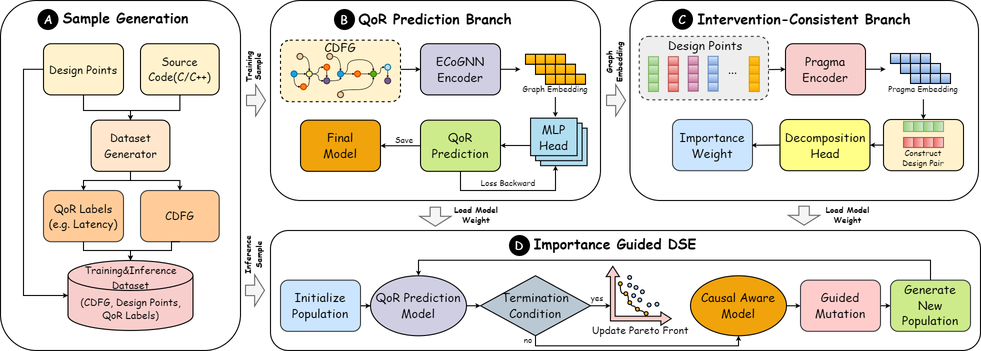
This is framework.png from w1876782616/ICQP-IGDSE, a draw.io export, as it was before one commit. Source tidied: cells renumbered, new cells last; positions are measured from the earlier drawing's top-left corner, leaving out a move shared by most shapes.
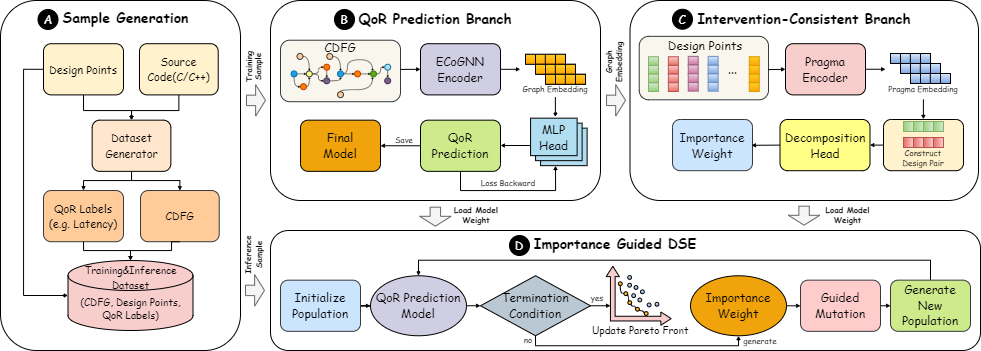
Above is the later version.

Change to the diagram source:
```diff
@@ -8,7 +8,7 @@
     <mxCell id="3" style="group;" parent="1" vertex="1">
       <mxGeometry x="280" y="36.4" width="120" height="64.8" as="geometry" />
     </mxCell>
-    <mxCell id="4" style="rounded=1;whiteSpace=wrap;html=1;dashed=1;fillColor=#fff2cc;strokeColor=default;" parent="3" vertex="1">
+    <mxCell id="4" style="rounded=1;whiteSpace=wrap;html=1;fillColor=#f9f7ed;strokeColor=#36393d;" parent="3" vertex="1">
       <mxGeometry y="3.3" width="120" height="61.5" as="geometry" />
     </mxCell>
     <mxCell id="5" style="edgeStyle=orthogonalEdgeStyle;rounded=0;jettySize=auto;html=1;exitX=0.5;exitY=1;exitDx=0;exitDy=0;entryX=0;entryY=0.5;entryDx=0;entryDy=0;strokeWidth=0.5;endSize=1;curved=1;" parent="3" edge="1" source="6" target="21">
@@ -282,7 +282,7 @@
     <mxCell id="67" style="group;" parent="66" vertex="1">
       <mxGeometry width="149.7" height="46" as="geometry" />
     </mxCell>
-    <mxCell id="68" style="rounded=1;whiteSpace=wrap;html=1;dashed=1;fillColor=#eeeeee;strokeColor=#36393d;" parent="67" vertex="1">
+    <mxCell id="68" style="rounded=1;whiteSpace=wrap;html=1;fillColor=#f9f7ed;strokeColor=#36393d;" parent="67" vertex="1">
       <mxGeometry x="-9.3" y="-20" width="129.3" height="63.5" as="geometry" />
     </mxCell>
     <mxCell id="69" style="group;" parent="67" vertex="1">
@@ -605,7 +605,7 @@
     <mxCell id="158" style="edgeStyle=orthogonalEdgeStyle;rounded=0;jettySize=auto;html=1;exitX=1;exitY=0.5;exitDx=0;exitDy=0;endSize=2;entryX=0;entryY=0.5;entryDx=0;entryDy=0;" parent="148" edge="1" source="159" target="153">
       <mxGeometry relative="1" as="geometry" />
     </mxCell>
-    <mxCell id="159" value="&lt;span style=&quot;font-family: &amp;quot;Comic Sans MS&amp;quot;;&quot;&gt;Causal Aware Model&lt;/span&gt;" style="ellipse;whiteSpace=wrap;html=1;strokeWidth=1;fillWeight=2;hachureGap=8;fillColor=#f0a30a;fillStyle=solid;fontColor=#000000;strokeColor=default;" parent="148" vertex="1">
+    <mxCell id="159" value="&lt;font face=&quot;Comic Sans MS&quot;&gt;Importance Weight&lt;/font&gt;" style="ellipse;whiteSpace=wrap;html=1;strokeWidth=1;fillWeight=2;hachureGap=8;fillColor=#f0a30a;fillStyle=solid;fontColor=#000000;strokeColor=default;" parent="148" vertex="1">
       <mxGeometry x="420" y="46.3" width="96" height="60" as="geometry" />
     </mxCell>
     <mxCell id="160" style="group;" parent="148" vertex="1">
@@ -712,98 +712,101 @@
     <mxCell id="188" value="&lt;font style=&quot;color: rgb(255, 255, 255);&quot; face=&quot;Comic Sans MS&quot;&gt;D&lt;/font&gt;" style="ellipse;whiteSpace=wrap;html=1;fillColor=#000000;" parent="148" vertex="1">
       <mxGeometry x="239" y="6" width="20" height="20" as="geometry" />
     </mxCell>
-    <mxCell id="189" style="rounded=1;whiteSpace=wrap;html=1;" parent="1" vertex="1">
-      <mxGeometry width="240" height="350" as="geometry" />
+    <mxCell id="189" value="&lt;font face=&quot;Comic Sans MS&quot;&gt;&lt;span style=&quot;font-size: 8px;&quot;&gt;generate&lt;/span&gt;&lt;/font&gt;" style="text;html=1;align=center;verticalAlign=middle;whiteSpace=wrap;rounded=0;" parent="148" vertex="1">
+      <mxGeometry x="476" y="105.2" width="28" height="10" as="geometry" />
     </mxCell>
-    <mxCell id="190" style="edgeStyle=orthogonalEdgeStyle;rounded=0;jettySize=auto;html=1;exitX=0.5;exitY=1;exitDx=0;exitDy=0;entryX=0.5;entryY=0;entryDx=0;entryDy=0;endSize=2;" parent="1" edge="1" source="191" target="196">
-      <mxGeometry relative="1" as="geometry">
-        <Array as="points">
-          <mxPoint x="179" y="110" />
-          <mxPoint x="130" y="110" />
-        </Array>
-      </mxGeometry>
+    <mxCell id="190" style="rounded=1;whiteSpace=wrap;html=1;" parent="1" vertex="1">
+      <mxGeometry width="240" height="350" as="geometry" />
     </mxCell>
-    <mxCell id="191" value="&lt;font face=&quot;Comic Sans MS&quot; style=&quot;font-size: 11px;&quot;&gt;Source&lt;/font&gt;&lt;div&gt;&lt;font face=&quot;Comic Sans MS&quot; style=&quot;font-size: 11px;&quot;&gt;Code(C/C++)&lt;/font&gt;&lt;/div&gt;" style="rounded=1;whiteSpace=wrap;html=1;fillColor=#fff2cc;strokeColor=default;" parent="1" vertex="1">
-      <mxGeometry x="140" y="43.2" width="78.7" height="51.2" as="geometry" />
+    <mxCell id="191" style="edgeStyle=orthogonalEdgeStyle;rounded=0;jettySize=auto;html=1;exitX=0.5;exitY=1;exitDx=0;exitDy=0;entryX=0.5;entryY=0;entryDx=0;entryDy=0;endSize=2;startSize=2;" parent="1" edge="1" source="192" target="197">
+      <mxGeometry relative="1" as="geometry">
+        <Array as="points">
+          <mxPoint x="178" y="110" />
+          <mxPoint x="131" y="110" />
+        </Array>
+      </mxGeometry>
     </mxCell>
-    <mxCell id="192" style="edgeStyle=orthogonalEdgeStyle;rounded=0;jettySize=auto;html=1;exitX=0.5;exitY=1;exitDx=0;exitDy=0;entryX=0.5;entryY=0;entryDx=0;entryDy=0;endSize=2;" parent="1" edge="1" source="193" target="196">
-      <mxGeometry relative="1" as="geometry">
-        <Array as="points">
-          <mxPoint x="83" y="110" />
-          <mxPoint x="130" y="110" />
-        </Array>
-      </mxGeometry>
+    <mxCell id="192" value="&lt;font face=&quot;Comic Sans MS&quot; style=&quot;font-size: 11px;&quot;&gt;Source&lt;/font&gt;&lt;div&gt;&lt;font face=&quot;Comic Sans MS&quot; style=&quot;font-size: 11px;&quot;&gt;Code(C/C++)&lt;/font&gt;&lt;/div&gt;" style="rounded=1;whiteSpace=wrap;html=1;fillColor=#fff2cc;strokeColor=default;" parent="1" vertex="1">
+      <mxGeometry x="139" y="43.2" width="78.7" height="51.2" as="geometry" />
     </mxCell>
-    <mxCell id="193" value="&lt;font face=&quot;Comic Sans MS&quot;&gt;&lt;span style=&quot;font-size: 11px;&quot;&gt;Design Points&lt;/span&gt;&lt;/font&gt;" style="rounded=1;whiteSpace=wrap;html=1;fillColor=#fff2cc;strokeColor=default;" parent="1" vertex="1">
-      <mxGeometry x="43" y="43.2" width="80" height="51.2" as="geometry" />
+    <mxCell id="193" style="edgeStyle=orthogonalEdgeStyle;rounded=0;jettySize=auto;html=1;exitX=0.5;exitY=1;exitDx=0;exitDy=0;entryX=0.5;entryY=0;entryDx=0;entryDy=0;endSize=2;" parent="1" edge="1" source="194" target="197">
+      <mxGeometry relative="1" as="geometry">
+        <Array as="points">
+          <mxPoint x="83" y="110" />
+          <mxPoint x="131" y="110" />
+        </Array>
+      </mxGeometry>
     </mxCell>
-    <mxCell id="194" style="edgeStyle=orthogonalEdgeStyle;rounded=0;jettySize=auto;html=1;exitX=0.5;exitY=1;exitDx=0;exitDy=0;entryX=0.5;entryY=0;entryDx=0;entryDy=0;endSize=2;" parent="1" edge="1" source="196" target="197">
-      <mxGeometry relative="1" as="geometry">
-        <Array as="points">
-          <mxPoint x="130" y="180" />
-          <mxPoint x="83" y="180" />
-        </Array>
-      </mxGeometry>
+    <mxCell id="194" value="&lt;font face=&quot;Comic Sans MS&quot;&gt;&lt;span style=&quot;font-size: 11px;&quot;&gt;Design Points&lt;/span&gt;&lt;/font&gt;" style="rounded=1;whiteSpace=wrap;html=1;fillColor=#fff2cc;strokeColor=default;" parent="1" vertex="1">
+      <mxGeometry x="43" y="43.2" width="80" height="51.2" as="geometry" />
     </mxCell>
-    <mxCell id="195" style="edgeStyle=orthogonalEdgeStyle;rounded=0;jettySize=auto;html=1;exitX=0.5;exitY=1;exitDx=0;exitDy=0;entryX=0.5;entryY=0;entryDx=0;entryDy=0;endSize=2;" parent="1" edge="1" source="196" target="198">
+    <mxCell id="195" style="edgeStyle=orthogonalEdgeStyle;rounded=0;jettySize=auto;html=1;exitX=0.5;exitY=1;exitDx=0;exitDy=0;entryX=0.5;entryY=0;entryDx=0;entryDy=0;endSize=2;" parent="1" edge="1" source="197" target="198">
       <mxGeometry relative="1" as="geometry">
         <Array as="points">
-          <mxPoint x="130" y="180" />
-          <mxPoint x="179" y="180" />
+          <mxPoint x="131" y="180" />
+          <mxPoint x="83" y="180" />
         </Array>
       </mxGeometry>
     </mxCell>
-    <mxCell id="196" value="&lt;font face=&quot;Comic Sans MS&quot;&gt;&lt;span style=&quot;font-size: 11px;&quot;&gt;Dataset Generator&lt;/span&gt;&lt;/font&gt;" style="rounded=1;whiteSpace=wrap;html=1;fillColor=#ffe6cc;strokeColor=default;" parent="1" vertex="1">
-      <mxGeometry x="90.6" y="119.7" width="78.7" height="51.2" as="geometry" />
+    <mxCell id="196" style="edgeStyle=orthogonalEdgeStyle;rounded=0;jettySize=auto;html=1;exitX=0.5;exitY=1;exitDx=0;exitDy=0;entryX=0.5;entryY=0;entryDx=0;entryDy=0;endSize=2;" parent="1" edge="1" source="197" target="199">
+      <mxGeometry relative="1" as="geometry">
+        <Array as="points">
+          <mxPoint x="131" y="180" />
+          <mxPoint x="179" y="180" />
+        </Array>
+      </mxGeometry>
     </mxCell>
-    <mxCell id="197" value="&lt;font face=&quot;Comic Sans MS&quot; style=&quot;font-size: 11px;&quot;&gt;QoR Labels&lt;/font&gt;&lt;div&gt;&lt;font face=&quot;Comic Sans MS&quot; style=&quot;font-size: 11px;&quot;&gt;(e.g. Latency)&lt;/font&gt;&lt;/div&gt;" style="rounded=1;whiteSpace=wrap;html=1;fillColor=#ffcc99;strokeColor=#36393d;" parent="1" vertex="1">
-      <mxGeometry x="43" y="190" width="80" height="51.2" as="geometry" />
+    <mxCell id="197" value="&lt;font face=&quot;Comic Sans MS&quot;&gt;&lt;span style=&quot;font-size: 11px;&quot;&gt;Dataset Generator&lt;/span&gt;&lt;/font&gt;" style="rounded=1;whiteSpace=wrap;html=1;fillColor=#ffe6cc;strokeColor=default;" parent="1" vertex="1">
+      <mxGeometry x="91.6" y="119.7" width="78.7" height="51.2" as="geometry" />
     </mxCell>
-    <mxCell id="198" value="&lt;font face=&quot;Comic Sans MS&quot; style=&quot;font-size: 11px;&quot;&gt;CDFG&lt;/font&gt;" style="rounded=1;whiteSpace=wrap;html=1;fillColor=#ffcc99;strokeColor=#36393d;" parent="1" vertex="1">
-      <mxGeometry x="140" y="190" width="78.7" height="51.2" as="geometry" />
+    <mxCell id="198" value="&lt;font face=&quot;Comic Sans MS&quot; style=&quot;font-size: 11px;&quot;&gt;QoR Labels&lt;/font&gt;&lt;div&gt;&lt;font face=&quot;Comic Sans MS&quot; style=&quot;font-size: 11px;&quot;&gt;(e.g. Latency)&lt;/font&gt;&lt;/div&gt;" style="rounded=1;whiteSpace=wrap;html=1;fillColor=#ffcc99;strokeColor=#36393d;" parent="1" vertex="1">
+      <mxGeometry x="43" y="190" width="80" height="51.2" as="geometry" />
     </mxCell>
-    <mxCell id="199" style="group;" parent="1" vertex="1">
-      <mxGeometry x="67.5" y="260" width="125" height="70" as="geometry" />
+    <mxCell id="199" value="&lt;font face=&quot;Comic Sans MS&quot; style=&quot;font-size: 11px;&quot;&gt;CDFG&lt;/font&gt;" style="rounded=1;whiteSpace=wrap;html=1;fillColor=#ffcc99;strokeColor=#36393d;" parent="1" vertex="1">
+      <mxGeometry x="140" y="190" width="78.7" height="51.2" as="geometry" />
     </mxCell>
-    <mxCell id="200" value="&lt;font face=&quot;Comic Sans MS&quot;&gt;(CDFG, Design Points,&lt;/font&gt;&lt;div&gt;&lt;font face=&quot;Comic Sans MS&quot;&gt;QoR Labels)&lt;/font&gt;&lt;/div&gt;" style="shape=cylinder3;whiteSpace=wrap;html=1;boundedLbl=1;backgroundOutline=1;size=15;fontSize=10;fillColor=#f8cecc;strokeColor=light-dark(#000000, #d7817e);" parent="199" vertex="1">
-      <mxGeometry width="125" height="70" as="geometry" />
+    <mxCell id="200" style="group;" parent="1" vertex="1">
+      <mxGeometry x="67.5" y="260" width="125" height="70" as="geometry" />
     </mxCell>
-    <mxCell id="201" value="&lt;font face=&quot;Comic Sans MS&quot; style=&quot;font-size: 10px;&quot;&gt;Training&amp;amp;Inference&lt;/font&gt;&lt;div&gt;&lt;font face=&quot;Comic Sans MS&quot; style=&quot;font-size: 10px;&quot;&gt;Dataset&lt;/font&gt;&lt;/div&gt;" style="text;html=1;whiteSpace=wrap;strokeColor=none;fillColor=none;align=center;verticalAlign=middle;rounded=0;" parent="199" vertex="1">
-      <mxGeometry x="5" y="2.2" width="115" height="30" as="geometry" />
+    <mxCell id="201" value="&lt;font face=&quot;Comic Sans MS&quot;&gt;(CDFG, Design Points,&lt;/font&gt;&lt;div&gt;&lt;font face=&quot;Comic Sans MS&quot;&gt;QoR Labels)&lt;/font&gt;&lt;/div&gt;" style="shape=cylinder3;whiteSpace=wrap;html=1;boundedLbl=1;backgroundOutline=1;size=15;fontSize=10;fillColor=#f8cecc;strokeColor=light-dark(#000000, #d7817e);" parent="200" vertex="1">
+      <mxGeometry width="125" height="70" as="geometry" />
     </mxCell>
-    <mxCell id="202" style="edgeStyle=orthogonalEdgeStyle;rounded=0;jettySize=auto;html=1;exitX=0;exitY=0.5;exitDx=0;exitDy=0;entryX=0;entryY=0.5;entryDx=0;entryDy=0;entryPerimeter=0;endSize=2;" parent="1" edge="1" source="193" target="200">
-      <mxGeometry relative="1" as="geometry" />
+    <mxCell id="202" value="&lt;font face=&quot;Comic Sans MS&quot; style=&quot;font-size: 10px;&quot;&gt;Training&amp;amp;Inference&lt;/font&gt;&lt;div&gt;&lt;font face=&quot;Comic Sans MS&quot; style=&quot;font-size: 10px;&quot;&gt;Dataset&lt;/font&gt;&lt;/div&gt;" style="text;html=1;whiteSpace=wrap;strokeColor=none;fillColor=none;align=center;verticalAlign=middle;rounded=0;" parent="200" vertex="1">
+      <mxGeometry x="5" y="2.2" width="115" height="30" as="geometry" />
     </mxCell>
-    <mxCell id="203" style="edgeStyle=orthogonalEdgeStyle;rounded=0;jettySize=auto;html=1;exitX=0.5;exitY=1;exitDx=0;exitDy=0;entryX=0.5;entryY=0;entryDx=0;entryDy=0;entryPerimeter=0;endSize=2;" parent="1" edge="1" source="197" target="200">
-      <mxGeometry relative="1" as="geometry">
-        <Array as="points">
-          <mxPoint x="83" y="250" />
-          <mxPoint x="130" y="250" />
-        </Array>
-      </mxGeometry>
+    <mxCell id="203" style="edgeStyle=orthogonalEdgeStyle;rounded=0;jettySize=auto;html=1;exitX=0;exitY=0.5;exitDx=0;exitDy=0;entryX=0;entryY=0.5;entryDx=0;entryDy=0;entryPerimeter=0;endSize=2;" parent="1" edge="1" source="194" target="201">
+      <mxGeometry relative="1" as="geometry" />
     </mxCell>
-    <mxCell id="204" style="edgeStyle=orthogonalEdgeStyle;rounded=0;jettySize=auto;html=1;exitX=0.5;exitY=1;exitDx=0;exitDy=0;entryX=0.5;entryY=0;entryDx=0;entryDy=0;entryPerimeter=0;endSize=2;" parent="1" edge="1" source="198" target="200">
+    <mxCell id="204" style="edgeStyle=orthogonalEdgeStyle;rounded=0;jettySize=auto;html=1;exitX=0.5;exitY=1;exitDx=0;exitDy=0;entryX=0.5;entryY=0;entryDx=0;entryDy=0;entryPerimeter=0;endSize=2;" parent="1" edge="1" source="198" target="201">
       <mxGeometry relative="1" as="geometry">
         <Array as="points">
-          <mxPoint x="171" y="250" />
+          <mxPoint x="83" y="250" />
           <mxPoint x="130" y="250" />
         </Array>
       </mxGeometry>
     </mxCell>
-    <mxCell id="205" value="&lt;font face=&quot;Comic Sans MS&quot; style=&quot;font-size: 14px;&quot;&gt;&lt;b&gt;Sample Generation&lt;/b&gt;&lt;/font&gt;" style="text;html=1;whiteSpace=wrap;strokeColor=none;fillColor=none;align=center;verticalAlign=middle;rounded=0;" parent="1" vertex="1">
-      <mxGeometry x="57.5" y="3" width="135" height="30" as="geometry" />
+    <mxCell id="205" style="edgeStyle=orthogonalEdgeStyle;rounded=0;jettySize=auto;html=1;exitX=0.5;exitY=1;exitDx=0;exitDy=0;entryX=0.5;entryY=0;entryDx=0;entryDy=0;entryPerimeter=0;endSize=2;" parent="1" edge="1" source="199" target="201">
+      <mxGeometry relative="1" as="geometry">
+        <Array as="points">
+          <mxPoint x="171" y="250" />
+          <mxPoint x="130" y="250" />
+        </Array>
+      </mxGeometry>
     </mxCell>
-    <mxCell id="206" value="&lt;font style=&quot;color: rgb(255, 255, 255);&quot; face=&quot;Comic Sans MS&quot;&gt;A&lt;/font&gt;" style="ellipse;whiteSpace=wrap;html=1;fillColor=#000000;" parent="1" vertex="1">
-      <mxGeometry x="37.5" y="9" width="20" height="20" as="geometry" />
+    <mxCell id="206" value="&lt;font face=&quot;Comic Sans MS&quot; style=&quot;font-size: 14px;&quot;&gt;&lt;b&gt;Sample Generation&lt;/b&gt;&lt;/font&gt;" style="text;html=1;whiteSpace=wrap;strokeColor=none;fillColor=none;align=center;verticalAlign=middle;rounded=0;" parent="1" vertex="1">
+      <mxGeometry x="57.5" y="3" width="135" height="30" as="geometry" />
     </mxCell>
-    <mxCell id="207" value="&lt;font style=&quot;color: rgb(255, 255, 255);&quot; face=&quot;Comic Sans MS&quot;&gt;B&lt;/font&gt;" style="ellipse;whiteSpace=wrap;html=1;fillColor=#000000;" parent="1" vertex="1">
-      <mxGeometry x="334" y="9" width="20" height="20" as="geometry" />
+    <mxCell id="207" value="&lt;font style=&quot;color: rgb(255, 255, 255);&quot; face=&quot;Comic Sans MS&quot;&gt;A&lt;/font&gt;" style="ellipse;whiteSpace=wrap;html=1;fillColor=#000000;" parent="1" vertex="1">
+      <mxGeometry x="37.5" y="9" width="20" height="20" as="geometry" />
     </mxCell>
-    <mxCell id="208" style="endArrow=classic;html=1;rounded=0;endSize=2;entryX=0;entryY=0.5;entryDx=0;entryDy=0;exitX=1.001;exitY=0.475;exitDx=0;exitDy=0;exitPerimeter=0;" parent="1" edge="1">
-      <mxGeometry relative="1" as="geometry">
-        <mxPoint x="499.8" y="68.8" as="sourcePoint" />
-        <mxPoint x="519.8" y="68.8" as="targetPoint" />
-      </mxGeometry>
+    <mxCell id="208" value="&lt;font style=&quot;color: rgb(255, 255, 255);&quot; face=&quot;Comic Sans MS&quot;&gt;B&lt;/font&gt;" style="ellipse;whiteSpace=wrap;html=1;fillColor=#000000;" parent="1" vertex="1">
+      <mxGeometry x="334" y="9" width="20" height="20" as="geometry" />
     </mxCell>
+    <mxCell id="209" style="endArrow=classic;html=1;rounded=0;endSize=2;entryX=0;entryY=0.5;entryDx=0;entryDy=0;exitX=1.001;exitY=0.475;exitDx=0;exitDy=0;exitPerimeter=0;" parent="1" edge="1">
+      <mxGeometry relative="1" as="geometry">
+        <mxPoint x="499.8" y="68.8" as="sourcePoint" />
+        <mxPoint x="519.8" y="68.8" as="targetPoint" />
+      </mxGeometry>
+    </mxCell>
   </root>
 </mxGraphModel>
```
